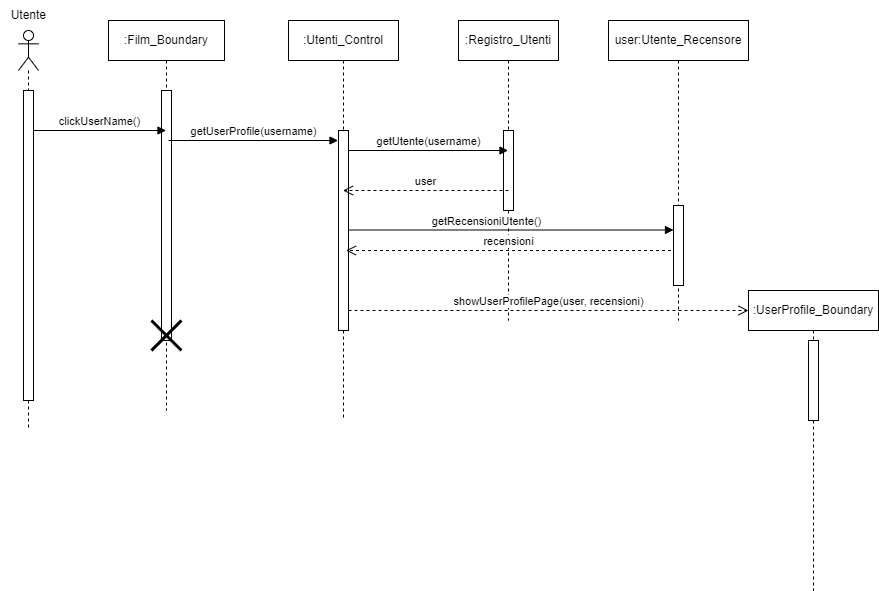
Above: New Diagrams/Sequence Diagrams/uc06 Visualizzazione di un profilo utente.png in superfra01/Rated (draw.io), before the change. Source tidied: cells renumbered, new cells last; positions are measured from the earlier drawing's top-left corner, leaving out a move shared by most shapes.
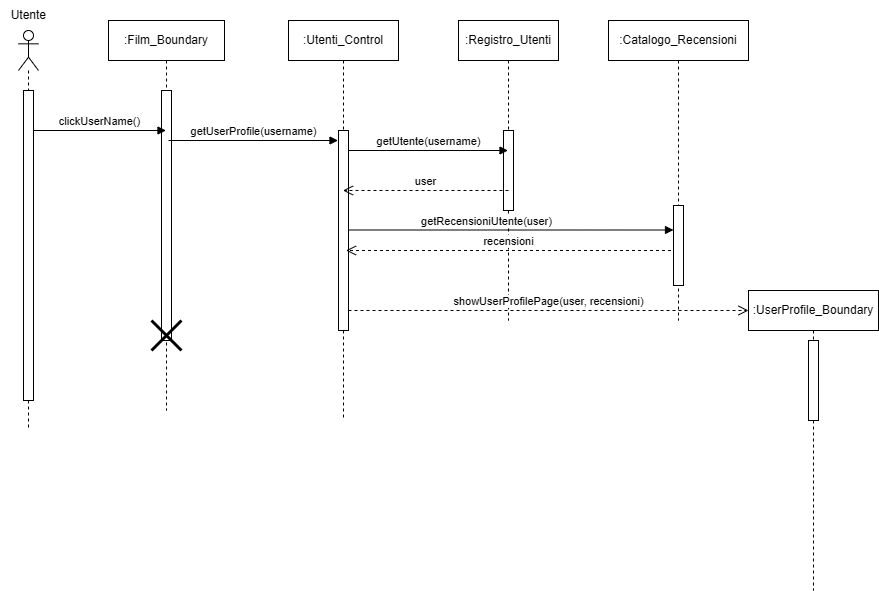
Later version of the same file.

Commit message:
raw file rad mofica User-Catalogo_Recensioni

Change to the diagram source:
```diff
@@ -2,10 +2,10 @@
   <root>
     <mxCell id="0" />
     <mxCell id="1" parent="0" />
-    <mxCell id="2" style="shape=umlLifeline;perimeter=lifelinePerimeter;whiteSpace=wrap;html=1;newEdgeStyle={&quot;curved&quot;:0,&quot;rounded&quot;:0};participant=umlActor;" parent="1" vertex="1">
-      <mxGeometry x="18" y="30" width="20" height="400" as="geometry" />
-    </mxCell>
+    <mxCell id="24" style="shape=umlLifeline;perimeter=lifelinePerimeter;whiteSpace=wrap;html=1;newEdgeStyle={&quot;curved&quot;:0,&quot;rounded&quot;:0};participant=umlActor;" parent="1" vertex="1">
+      <mxGeometry x="18" y="30" width="20" height="400" as="geometry" />
+    </mxCell>
-    <mxCell id="3" style="html=1;perimeter=orthogonalPerimeter;targetShapes=umlLifeline;newEdgeStyle={&quot;curved&quot;:0,&quot;rounded&quot;:0};" parent="2" vertex="1">
+    <mxCell id="3" style="html=1;perimeter=orthogonalPerimeter;targetShapes=umlLifeline;newEdgeStyle={&quot;curved&quot;:0,&quot;rounded&quot;:0};" parent="24" vertex="1">
       <mxGeometry x="5" y="60" width="10" height="310" as="geometry" />
     </mxCell>
     <mxCell id="4" value=":Film_Boundary" style="shape=umlLifeline;perimeter=lifelinePerimeter;whiteSpace=wrap;html=1;newEdgeStyle={&quot;curved&quot;:0,&quot;rounded&quot;:0};" parent="1" vertex="1">
@@ -60,23 +60,23 @@
     <mxCell id="17" value="Utente&amp;nbsp;" style="text;html=1;align=center;verticalAlign=middle;whiteSpace=wrap;rounded=0;" parent="1" vertex="1">
       <mxGeometry width="60" height="30" as="geometry" />
     </mxCell>
-    <mxCell id="18" value="user:Utente_Recensore" style="shape=umlLifeline;perimeter=lifelinePerimeter;whiteSpace=wrap;html=1;newEdgeStyle={&quot;curved&quot;:0,&quot;rounded&quot;:0};" parent="1" vertex="1">
-      <mxGeometry x="608" y="20" width="140" height="300" as="geometry" />
-    </mxCell>
+    <mxCell id="25" value=":Catalogo_Recensioni" style="shape=umlLifeline;perimeter=lifelinePerimeter;whiteSpace=wrap;html=1;newEdgeStyle={&quot;curved&quot;:0,&quot;rounded&quot;:0};" parent="1" vertex="1">
+      <mxGeometry x="608" y="20" width="140" height="300" as="geometry" />
+    </mxCell>
-    <mxCell id="19" style="html=1;perimeter=orthogonalPerimeter;targetShapes=umlLifeline;newEdgeStyle={&quot;curved&quot;:0,&quot;rounded&quot;:0};" parent="18" vertex="1">
+    <mxCell id="19" style="html=1;perimeter=orthogonalPerimeter;targetShapes=umlLifeline;newEdgeStyle={&quot;curved&quot;:0,&quot;rounded&quot;:0};" parent="25" vertex="1">
       <mxGeometry x="65" y="185" width="10" height="80" as="geometry" />
     </mxCell>
-    <mxCell id="20" style="html=1;verticalAlign=bottom;endArrow=block;curved=0;rounded=0;" parent="1" edge="1">
-      <mxGeometry relative="1" as="geometry">
-        <mxPoint x="348" y="229.5" as="sourcePoint" />
-        <mxPoint x="673" y="229.5" as="targetPoint" />
-      </mxGeometry>
-    </mxCell>
-    <mxCell id="21" value="getRecensioniUtente()" style="edgeLabel;html=1;align=center;verticalAlign=middle;" parent="20" vertex="1">
-      <mxGeometry x="-0.12" y="-1" relative="1" as="geometry">
-        <mxPoint x="-5" y="-10" as="offset" />
-      </mxGeometry>
-    </mxCell>
+    <mxCell id="26" style="html=1;verticalAlign=bottom;endArrow=block;curved=0;rounded=0;" parent="1" edge="1">
+      <mxGeometry relative="1" as="geometry">
+        <mxPoint x="348" y="229.5" as="sourcePoint" />
+        <mxPoint x="673" y="229.5" as="targetPoint" />
+      </mxGeometry>
+    </mxCell>
+    <mxCell id="27" value="getRecensioniUtente(user)" style="edgeLabel;html=1;align=center;verticalAlign=middle;" parent="26" vertex="1">
+      <mxGeometry x="-0.12" y="-1" relative="1" as="geometry">
+        <mxPoint x="-5" y="-10" as="offset" />
+      </mxGeometry>
+    </mxCell>
     <mxCell id="22" value="recensioni" style="html=1;verticalAlign=bottom;endArrow=open;dashed=1;endSize=8;curved=0;rounded=0;" parent="1" edge="1">
       <mxGeometry relative="1" as="geometry">
         <mxPoint x="670.5" y="250" as="sourcePoint" />
```
